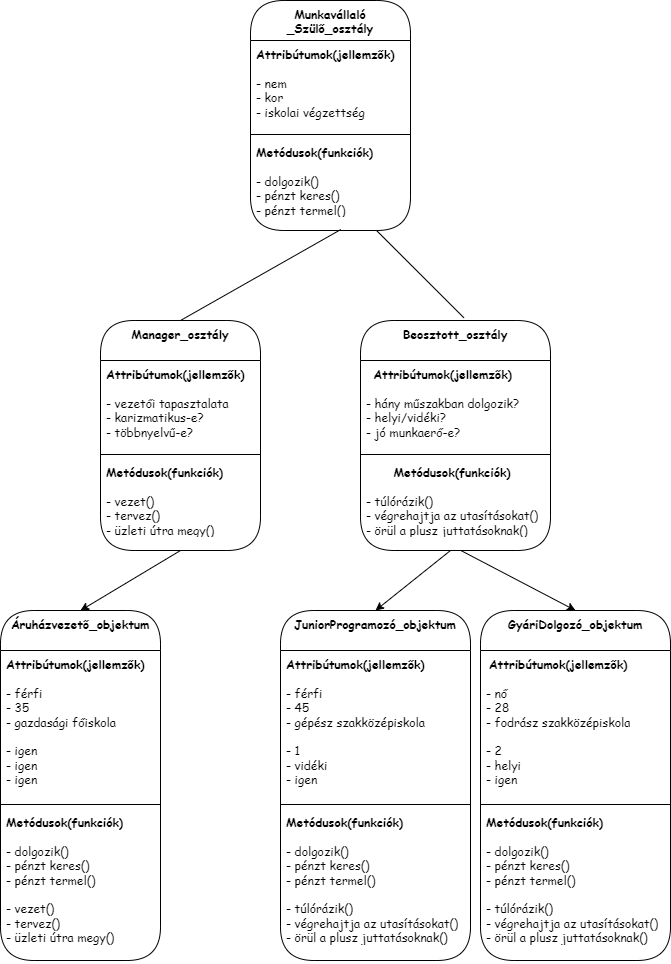
The draw.io diagram _egyeb/diagrammok/Munkavallalo_Munkaltato.drawio.png in Szabolcs888/HTML-repo, before a commit. Source tidied: cells renumbered, new cells last; positions are measured from the earlier drawing's top-left corner, leaving out a move shared by most shapes.
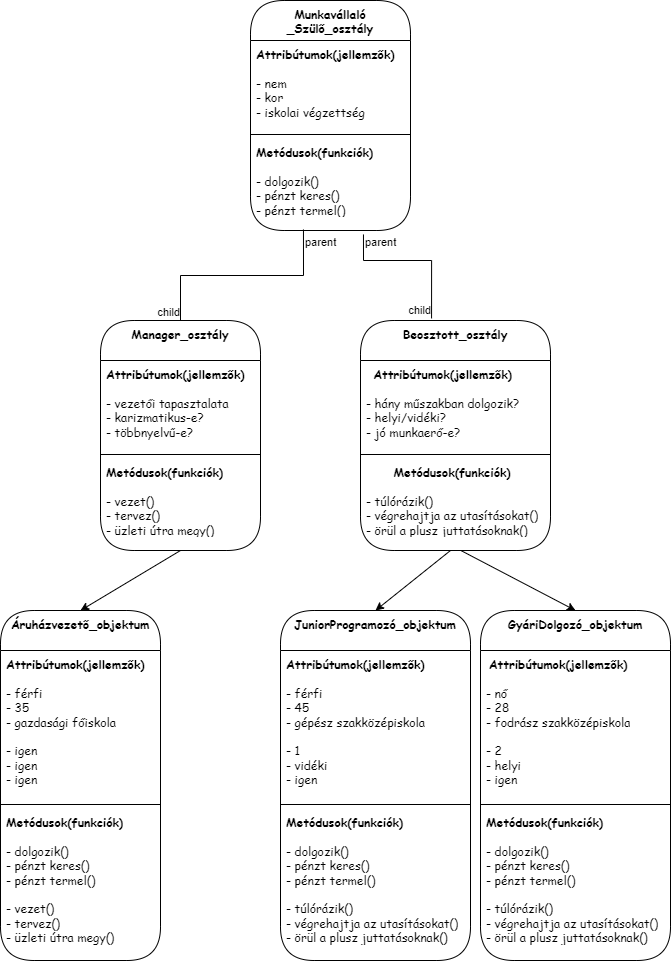
The same diagram one commit later.

What changed in the source:
```diff
@@ -38,12 +38,6 @@
     <mxCell id="13" value="&lt;div style=&quot;text-align: center;&quot;&gt;&lt;span style=&quot;background-color: initial;&quot;&gt;&lt;b&gt;Metódusok(funkciók)&lt;/b&gt;&lt;/span&gt;&lt;/div&gt;&lt;div style=&quot;text-align: center;&quot;&gt;&lt;span style=&quot;background-color: initial;&quot;&gt;&lt;b&gt;&lt;br&gt;&lt;/b&gt;&lt;/span&gt;&lt;/div&gt;- túlórázik()&lt;br&gt;- végrehajtja az utasításokat()&lt;br&gt;- örül a plusz juttatásoknak()" style="text;strokeColor=none;fillColor=none;align=left;verticalAlign=top;spacingLeft=4;spacingRight=4;overflow=hidden;points=[[0,0.5],[1,0.5]];portConstraint=eastwest;whiteSpace=wrap;html=1;fontFamily=Comic Sans MS;" parent="10" vertex="1">
       <mxGeometry y="138" width="190" height="92" as="geometry" />
     </mxCell>
-    <mxCell id="14" style="endArrow=none;html=1;rounded=0;fontFamily=Garamond;fontSize=12;fontColor=default;startSize=26;exitX=0.5;exitY=0;exitDx=0;exitDy=0;entryX=0.564;entryY=0.99;entryDx=0;entryDy=0;entryPerimeter=0;" parent="1" edge="1" source="6" target="5">
-      <mxGeometry relative="1" as="geometry" />
-    </mxCell>
-    <mxCell id="15" style="endArrow=none;html=1;rounded=0;fontFamily=Garamond;fontSize=12;fontColor=default;startSize=26;exitX=0.544;exitY=-0.012;exitDx=0;exitDy=0;exitPerimeter=0;" parent="1" edge="1" source="10" target="5">
-      <mxGeometry relative="1" as="geometry" />
-    </mxCell>
     <mxCell id="16" value="Áruházvezető_objektum" style="swimlane;fontStyle=1;align=center;verticalAlign=top;horizontal=1;startSize=40;whiteSpace=wrap;html=1;rounded=1;fontFamily=Comic Sans MS;arcSize=28;" parent="1" vertex="1">
       <mxGeometry y="610" width="160" height="350" as="geometry" />
     </mxCell>
@@ -93,5 +87,32 @@
         <mxPoint x="450" y="550" as="sourcePoint" />
       </mxGeometry>
     </mxCell>
+    <mxCell id="31" style="endArrow=none;html=1;edgeStyle=orthogonalEdgeStyle;rounded=0;entryX=0.5;entryY=0;entryDx=0;entryDy=0;exitX=0.331;exitY=0.989;exitDx=0;exitDy=0;exitPerimeter=0;" parent="1" edge="1" source="5" target="6">
+      <mxGeometry relative="1" as="geometry" />
+    </mxCell>
+    <mxCell id="32" value="parent" style="edgeLabel;html=1;align=left;verticalAlign=bottom;" parent="31" vertex="1">
+      <mxGeometry x="-1" relative="1" as="geometry">
+        <mxPoint y="21" as="offset" />
+      </mxGeometry>
+    </mxCell>
+    <mxCell id="33" value="child" style="edgeLabel;html=1;align=right;verticalAlign=bottom;" parent="31" vertex="1">
+      <mxGeometry x="1" relative="1" as="geometry" />
+    </mxCell>
+    <mxCell id="34" style="endArrow=none;html=1;edgeStyle=orthogonalEdgeStyle;rounded=0;exitX=0.706;exitY=1.043;exitDx=0;exitDy=0;exitPerimeter=0;entryX=0.374;entryY=-0.009;entryDx=0;entryDy=0;entryPerimeter=0;" parent="1" edge="1" source="5" target="10">
+      <mxGeometry relative="1" as="geometry">
+        <Array as="points">
+          <mxPoint x="363" y="260" />
+          <mxPoint x="431" y="260" />
+        </Array>
+      </mxGeometry>
+    </mxCell>
+    <mxCell id="35" value="parent" style="edgeLabel;html=1;align=left;verticalAlign=bottom;" parent="34" vertex="1">
+      <mxGeometry x="-1" relative="1" as="geometry">
+        <mxPoint y="16" as="offset" />
+      </mxGeometry>
+    </mxCell>
+    <mxCell id="36" value="child" style="edgeLabel;html=1;align=right;verticalAlign=bottom;" parent="34" vertex="1">
+      <mxGeometry x="1" relative="1" as="geometry" />
+    </mxCell>
   </root>
 </mxGraphModel>
```
